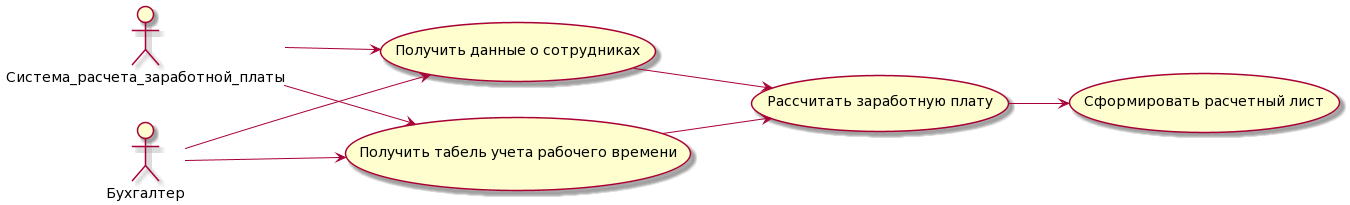
Before: 2_semestr/UseCase/UseCaseD.png, a diagram exported from PlantUML (AirNus/AirNus.github.io).
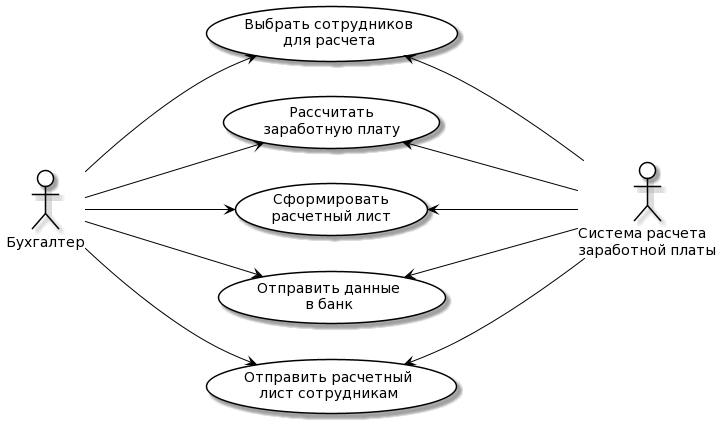
After the commit.

The edit, as a diff of the source:
```diff
@@ -1,25 +1,37 @@
 @startuml
 left to right direction
 
-actor "Cистема_расчета_заработной_платы"
-actor "Бухгалтер"
+skinparam actor {
+BackgroundColor White
+ArrowColor Black
+BorderColor Black
+}
 
-usecase case1 as "Получить данные о сотрудниках"
+skinparam usecase {
+BackgroundColor White
+ArrowColor Black
+BorderColor Black
+}
 
-usecase case2 as "Получить табель учета рабочего времени"
+actor  Bux as "Бухгалтер"
 
-usecase case3 as "Рассчитать заработную плату"
+usecase case1 as "Выбрать сотрудников\nдля расчета"
+usecase case2 as "Рассчитать\nзаработную плату"
+usecase case3 as "Сформировать\nрасчетный лист"
+usecase case4 as "Отправить данные\nв банк"
+usecase case5 as "Отправить расчетный\nлист сотрудникам"
 
-usecase case4 as "Сформировать расчетный лист"
+actor Sys as "Cистема расчета\nзаработной платы"
 
-Бухгалтер --> case1
-Бухгалтер --> case2
+Bux ---> case1
+Bux ---> case2
+Bux ---> case3
+Bux ---> case4
+Bux ---> case5
 
-Cистема_расчета_заработной_платы --> case1
-Cистема_расчета_заработной_платы --> case2
-
-case1 --> case3
-case2 --> case3
-
-case3 --> case4
+case1 <--- Sys
+case2 <--- Sys
+case3 <--- Sys
+case4 <--- Sys
+case5 <--- Sys
 @enduml
```
